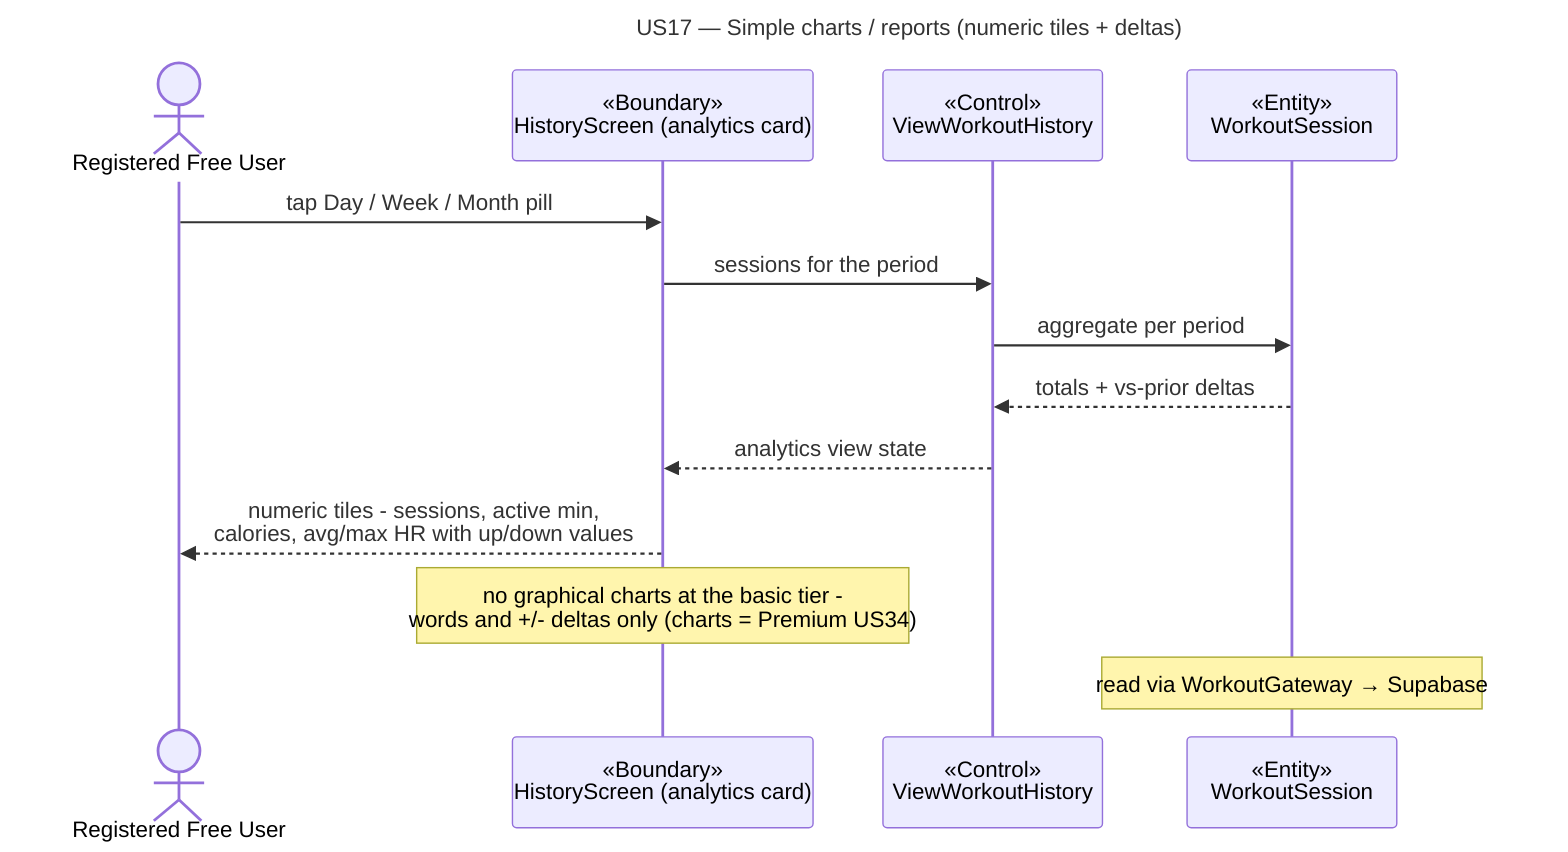
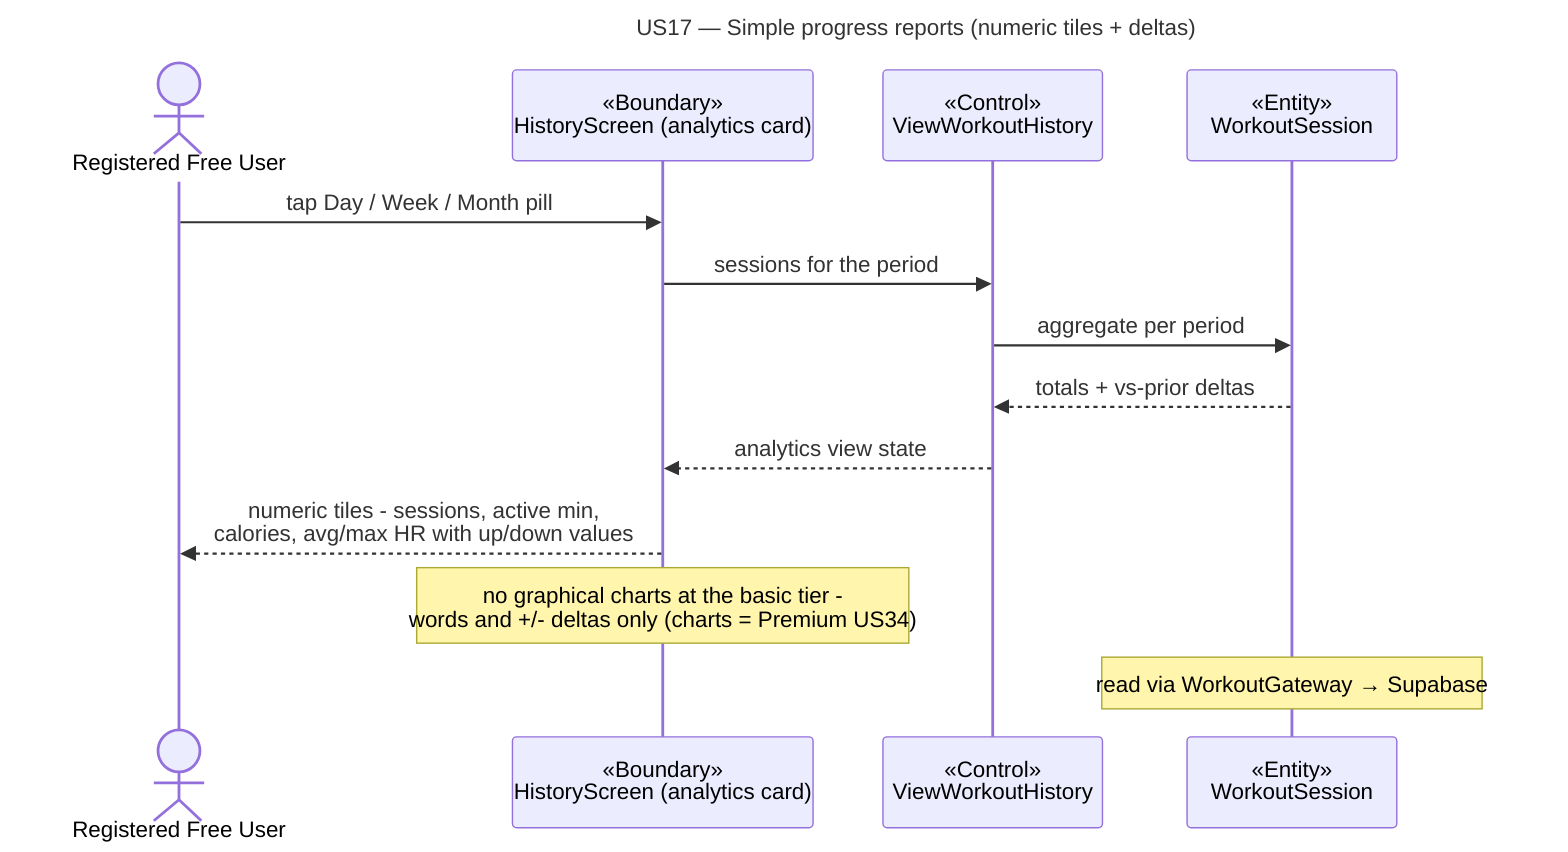
---
- title: "US17 — Simple charts / reports (numeric tiles + deltas)"
+ title: "US17 — Simple progress reports (numeric tiles + deltas)"
---
sequenceDiagram
  actor A as Registered Free User
  participant B as «Boundary»<br/>HistoryScreen (analytics card)
  participant C as «Control»<br/>ViewWorkoutHistory
  participant E as «Entity»<br/>WorkoutSession
  A->>B: tap Day / Week / Month pill
  B->>C: sessions for the period
  C->>E: aggregate per period
  E-->>C: totals + vs-prior deltas
  C-->>B: analytics view state
  B-->>A: numeric tiles - sessions, active min,<br/>calories, avg/max HR with up/down values
  note over B: no graphical charts at the basic tier -<br/>words and +/- deltas only (charts = Premium US34)
  note over E: read via WorkoutGateway → Supabase
